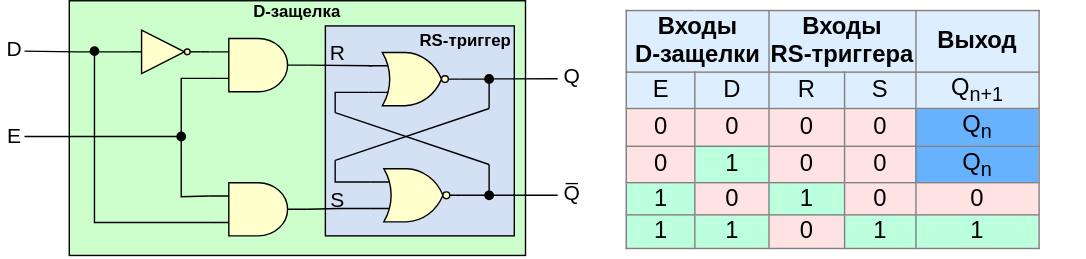
This is .pic/Introduction/Sequential logic/fig_04.drawio.svg from MPSU/APS, a draw.io export, as it was before one commit. Source tidied: cells renumbered, new cells last; positions are measured from the earlier drawing's top-left corner, leaving out a move shared by most shapes.
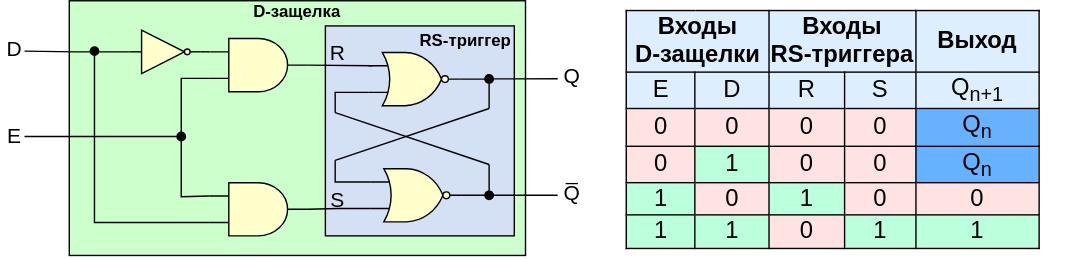
Above is the later version.

Change to the diagram source:
```diff
@@ -136,7 +136,7 @@
     <mxCell id="30" style="edgeStyle=orthogonalEdgeStyle;rounded=0;jettySize=auto;html=1;exitX=1;exitY=0.5;exitDx=0;exitDy=0;exitPerimeter=0;entryX=0;entryY=0.25;entryDx=0;entryDy=0;entryPerimeter=0;endArrow=none;endFill=0;" parent="1" edge="1" source="29" target="26">
       <mxGeometry relative="1" as="geometry" />
     </mxCell>
-    <mxCell id="31" value="&lt;table border=&quot;1&quot; class=&quot;wikitable&quot; style=&quot;text-align: center; font-size: 17px; border: 1px solid rgb(128, 128, 128); border-collapse: collapse; background-color: rgb(255, 227, 227);&quot; id=&quot;mwAjk&quot;&gt;&lt;tbody id=&quot;mwAjs&quot;&gt;&lt;tr style=&quot;background: rgb(221, 238, 255);&quot; id=&quot;mwAjw&quot;&gt;&lt;td colspan=&quot;2&quot; id=&quot;mwAj0&quot; style=&quot;border: 1px solid rgb(128, 128, 128);&quot;&gt;&lt;b&gt;&lt;font style=&quot;font-size: 17px;&quot;&gt;Входы&lt;br&gt;&amp;nbsp;D-защелки&amp;nbsp;&lt;/font&gt;&lt;/b&gt;&lt;/td&gt;&lt;td colspan=&quot;2&quot; id=&quot;mwAj8&quot; style=&quot;border: 1px solid rgb(128, 128, 128);&quot;&gt;&lt;b id=&quot;mwAkA&quot;&gt;&lt;font style=&quot;font-size: 17px;&quot;&gt;Входы&lt;br&gt;RS-триггера&lt;/font&gt;&lt;/b&gt;&lt;/td&gt;&lt;td colspan=&quot;2&quot; style=&quot;border: 1px solid rgb(128, 128, 128);&quot;&gt;&lt;b&gt;&lt;font style=&quot;font-size: 17px;&quot;&gt;&amp;nbsp; &amp;nbsp;Выход&amp;nbsp; &amp;nbsp;&lt;/font&gt;&lt;/b&gt;&lt;/td&gt;&lt;/tr&gt;&lt;tr style=&quot;background: rgb(221, 238, 255);&quot; id=&quot;mwAkE&quot;&gt;&lt;td id=&quot;mwAkI&quot; style=&quot;border: 1px solid rgb(128, 128, 128);&quot;&gt;&lt;font style=&quot;font-size: 17px;&quot;&gt;E&lt;/font&gt;&lt;/td&gt;&lt;td id=&quot;mwAkM&quot; style=&quot;border: 1px solid rgb(128, 128, 128);&quot;&gt;&lt;font style=&quot;font-size: 17px;&quot;&gt;D&lt;/font&gt;&lt;/td&gt;&lt;td id=&quot;mwAkQ&quot; style=&quot;border: 1px solid rgb(128, 128, 128);&quot;&gt;&lt;font style=&quot;font-size: 17px;&quot;&gt;R&lt;/font&gt;&lt;/td&gt;&lt;td id=&quot;mwAkU&quot; style=&quot;border: 1px solid rgb(128, 128, 128);&quot;&gt;&lt;font style=&quot;font-size: 17px;&quot;&gt;S&lt;/font&gt;&lt;/td&gt;&lt;td id=&quot;mwAkY&quot; style=&quot;border: 1px solid rgb(128, 128, 128);&quot;&gt;&lt;font style=&quot;font-size: 17px;&quot;&gt;Q&lt;sub&gt;n+1&lt;/sub&gt;&lt;/font&gt;&lt;/td&gt;&lt;/tr&gt;&lt;tr id=&quot;mwAko&quot;&gt;&lt;td style=&quot;background-color: rgb(255, 227, 227); border: 1px solid rgb(128, 128, 128);&quot; id=&quot;mwAks&quot;&gt;&lt;font style=&quot;font-size: 17px;&quot;&gt;0&lt;/font&gt;&lt;/td&gt;&lt;td style=&quot;background-color: rgb(255, 227, 227); border: 1px solid rgb(128, 128, 128);&quot; id=&quot;mwAkw&quot;&gt;&lt;font style=&quot;font-size: 17px;&quot;&gt;0&lt;/font&gt;&lt;/td&gt;&lt;td style=&quot;background: rgb(255, 227, 227); color: black; vertical-align: middle; text-align: center; border: 1px solid rgb(128, 128, 128);&quot; class=&quot;table-no2&quot; data-mw=&quot;{&amp;quot;parts&amp;quot;:[&amp;quot;|| &amp;quot;,{&amp;quot;template&amp;quot;:{&amp;quot;target&amp;quot;:{&amp;quot;wt&amp;quot;:&amp;quot;no2&amp;quot;,&amp;quot;href&amp;quot;:&amp;quot;./Template:No2&amp;quot;},&amp;quot;params&amp;quot;:{&amp;quot;1&amp;quot;:{&amp;quot;wt&amp;quot;:&amp;quot;0&amp;quot;}},&amp;quot;i&amp;quot;:0}},&amp;quot; &amp;quot;]}&quot; id=&quot;mwASM&quot;&gt;&lt;font style=&quot;font-size: 17px;&quot;&gt;0&lt;/font&gt;&lt;/td&gt;&lt;td style=&quot;background: rgb(255, 227, 227); color: black; vertical-align: middle; text-align: center; border: 1px solid rgb(128, 128, 128);&quot; class=&quot;table-yes2&quot; data-mw=&quot;{&amp;quot;parts&amp;quot;:[&amp;quot;|| &amp;quot;,{&amp;quot;template&amp;quot;:{&amp;quot;target&amp;quot;:{&amp;quot;wt&amp;quot;:&amp;quot;yes2&amp;quot;,&amp;quot;href&amp;quot;:&amp;quot;./Template:Yes2&amp;quot;},&amp;quot;params&amp;quot;:{&amp;quot;1&amp;quot;:{&amp;quot;wt&amp;quot;:&amp;quot;1&amp;quot;}},&amp;quot;i&amp;quot;:0}},&amp;quot; &amp;quot;]}&quot; id=&quot;mwASc&quot;&gt;&lt;font style=&quot;font-size: 17px;&quot;&gt;0&lt;/font&gt;&lt;/td&gt;&lt;td style=&quot;background: rgb(102, 178, 255); color: black; text-align: center; border: 1px solid rgb(128, 128, 128);&quot; class=&quot;table-no2&quot; data-mw=&quot;{&amp;quot;parts&amp;quot;:[&amp;quot;|| &amp;quot;,{&amp;quot;template&amp;quot;:{&amp;quot;target&amp;quot;:{&amp;quot;wt&amp;quot;:&amp;quot;no2&amp;quot;,&amp;quot;href&amp;quot;:&amp;quot;./Template:No2&amp;quot;},&amp;quot;params&amp;quot;:{&amp;quot;1&amp;quot;:{&amp;quot;wt&amp;quot;:&amp;quot;0&amp;quot;}},&amp;quot;i&amp;quot;:0}},&amp;quot; &amp;quot;]}&quot; id=&quot;mwASM&quot;&gt;&lt;span style=&quot;vertical-align: middle;&quot;&gt;Q&lt;/span&gt;&lt;sub&gt;n&lt;/sub&gt;&lt;br&gt;&lt;/td&gt;&lt;/tr&gt;&lt;tr id=&quot;mwAlM&quot;&gt;&lt;td style=&quot;background-color: rgb(255, 227, 227); border: 1px solid rgb(128, 128, 128);&quot; id=&quot;mwAlQ&quot;&gt;&lt;font style=&quot;font-size: 17px;&quot;&gt;0&lt;/font&gt;&lt;/td&gt;&lt;td style=&quot;background-color: rgb(187, 255, 221); border: 1px solid rgb(128, 128, 128);&quot; id=&quot;mwAlU&quot;&gt;&lt;font style=&quot;font-size: 17px;&quot;&gt;1&lt;/font&gt;&lt;/td&gt;&lt;td style=&quot;background: rgb(255, 227, 227); color: black; vertical-align: middle; text-align: center; border: 1px solid rgb(128, 128, 128);&quot; class=&quot;table-no2&quot; data-mw=&quot;{&amp;quot;parts&amp;quot;:[&amp;quot;|| &amp;quot;,{&amp;quot;template&amp;quot;:{&amp;quot;target&amp;quot;:{&amp;quot;wt&amp;quot;:&amp;quot;no2&amp;quot;,&amp;quot;href&amp;quot;:&amp;quot;./Template:No2&amp;quot;},&amp;quot;params&amp;quot;:{&amp;quot;1&amp;quot;:{&amp;quot;wt&amp;quot;:&amp;quot;0&amp;quot;}},&amp;quot;i&amp;quot;:0}},&amp;quot; &amp;quot;]}&quot; id=&quot;mwASM&quot;&gt;&lt;font style=&quot;font-size: 17px;&quot;&gt;0&lt;/font&gt;&lt;/td&gt;&lt;td style=&quot;background: rgb(255, 227, 227); color: black; vertical-align: middle; text-align: center; border: 1px solid rgb(128, 128, 128);&quot; class=&quot;table-yes2&quot; data-mw=&quot;{&amp;quot;parts&amp;quot;:[&amp;quot;|| &amp;quot;,{&amp;quot;template&amp;quot;:{&amp;quot;target&amp;quot;:{&amp;quot;wt&amp;quot;:&amp;quot;yes2&amp;quot;,&amp;quot;href&amp;quot;:&amp;quot;./Template:Yes2&amp;quot;},&amp;quot;params&amp;quot;:{&amp;quot;1&amp;quot;:{&amp;quot;wt&amp;quot;:&amp;quot;1&amp;quot;}},&amp;quot;i&amp;quot;:0}},&amp;quot; &amp;quot;]}&quot; id=&quot;mwASc&quot;&gt;&lt;font style=&quot;font-size: 17px;&quot;&gt;0&lt;/font&gt;&lt;/td&gt;&lt;td style=&quot;background: rgb(102, 178, 255); color: black; text-align: center; border: 1px solid rgb(128, 128, 128);&quot; class=&quot;table-yes2&quot; data-mw=&quot;{&amp;quot;parts&amp;quot;:[&amp;quot;|| &amp;quot;,{&amp;quot;template&amp;quot;:{&amp;quot;target&amp;quot;:{&amp;quot;wt&amp;quot;:&amp;quot;yes2&amp;quot;,&amp;quot;href&amp;quot;:&amp;quot;./Template:Yes2&amp;quot;},&amp;quot;params&amp;quot;:{&amp;quot;1&amp;quot;:{&amp;quot;wt&amp;quot;:&amp;quot;1&amp;quot;}},&amp;quot;i&amp;quot;:0}},&amp;quot; &amp;quot;]}&quot; id=&quot;mwASc&quot;&gt;&lt;font style=&quot;font-size: 17px;&quot;&gt;&lt;span style=&quot;vertical-align: middle;&quot;&gt;Q&lt;/span&gt;&lt;sub&gt;n&lt;/sub&gt;&lt;/font&gt;&lt;/td&gt;&lt;/tr&gt;&lt;tr id=&quot;mwAlw&quot;&gt;&lt;td style=&quot;background-color: rgb(187, 255, 221); border: 1px solid rgb(128, 128, 128);&quot; id=&quot;mwAl0&quot;&gt;&lt;font style=&quot;font-size: 17px;&quot;&gt;1&lt;/font&gt;&lt;/td&gt;&lt;td style=&quot;background-color: rgb(255, 227, 227); border: 1px solid rgb(128, 128, 128);&quot; id=&quot;mwAl4&quot;&gt;&lt;font style=&quot;font-size: 17px;&quot;&gt;0&lt;/font&gt;&lt;/td&gt;&lt;td style=&quot;background: rgb(187, 255, 221); color: black; vertical-align: middle; text-align: center; border: 1px solid rgb(128, 128, 128);&quot; class=&quot;table-no2&quot; data-mw=&quot;{&amp;quot;parts&amp;quot;:[&amp;quot;|| &amp;quot;,{&amp;quot;template&amp;quot;:{&amp;quot;target&amp;quot;:{&amp;quot;wt&amp;quot;:&amp;quot;no2&amp;quot;,&amp;quot;href&amp;quot;:&amp;quot;./Template:No2&amp;quot;},&amp;quot;params&amp;quot;:{&amp;quot;1&amp;quot;:{&amp;quot;wt&amp;quot;:&amp;quot;0&amp;quot;}},&amp;quot;i&amp;quot;:0}},&amp;quot; &amp;quot;]}&quot; id=&quot;mwASM&quot;&gt;&lt;font style=&quot;font-size: 17px;&quot;&gt;1&lt;/font&gt;&lt;/td&gt;&lt;td style=&quot;background: rgb(255, 227, 227); color: black; vertical-align: middle; text-align: center; border: 1px solid rgb(128, 128, 128);&quot; class=&quot;table-yes2&quot; data-mw=&quot;{&amp;quot;parts&amp;quot;:[&amp;quot;|| &amp;quot;,{&amp;quot;template&amp;quot;:{&amp;quot;target&amp;quot;:{&amp;quot;wt&amp;quot;:&amp;quot;yes2&amp;quot;,&amp;quot;href&amp;quot;:&amp;quot;./Template:Yes2&amp;quot;},&amp;quot;params&amp;quot;:{&amp;quot;1&amp;quot;:{&amp;quot;wt&amp;quot;:&amp;quot;1&amp;quot;}},&amp;quot;i&amp;quot;:0}},&amp;quot; &amp;quot;]}&quot; id=&quot;mwASc&quot;&gt;&lt;font style=&quot;font-size: 17px;&quot;&gt;0&lt;/font&gt;&lt;/td&gt;&lt;td style=&quot;background: rgb(255, 227, 227); color: black; vertical-align: middle; text-align: center; border: 1px solid rgb(128, 128, 128);&quot; class=&quot;table-yes2&quot; data-mw=&quot;{&amp;quot;parts&amp;quot;:[&amp;quot;|| &amp;quot;,{&amp;quot;template&amp;quot;:{&amp;quot;target&amp;quot;:{&amp;quot;wt&amp;quot;:&amp;quot;yes2&amp;quot;,&amp;quot;href&amp;quot;:&amp;quot;./Template:Yes2&amp;quot;},&amp;quot;params&amp;quot;:{&amp;quot;1&amp;quot;:{&amp;quot;wt&amp;quot;:&amp;quot;1&amp;quot;}},&amp;quot;i&amp;quot;:0}},&amp;quot; &amp;quot;]}&quot; id=&quot;mwASc&quot;&gt;&lt;font style=&quot;font-size: 17px;&quot;&gt;0&lt;/font&gt;&lt;/td&gt;&lt;/tr&gt;&lt;tr id=&quot;mwAmU&quot;&gt;&lt;td style=&quot;background-color: rgb(187, 255, 221); border: 1px solid rgb(128, 128, 128);&quot; id=&quot;mwAmY&quot;&gt;&lt;font style=&quot;font-size: 17px;&quot;&gt;1&lt;/font&gt;&lt;/td&gt;&lt;td style=&quot;background-color: rgb(187, 255, 221); border: 1px solid rgb(128, 128, 128);&quot; id=&quot;mwAmc&quot;&gt;&lt;font style=&quot;font-size: 17px;&quot;&gt;1&lt;/font&gt;&lt;/td&gt;&lt;td style=&quot;background-image: initial; background-position: initial; background-size: initial; background-repeat: initial; background-attachment: initial; background-origin: initial; background-clip: initial; color: black; vertical-align: middle; text-align: center; border: 1px solid rgb(128, 128, 128);&quot; class=&quot;table-yes2&quot; data-mw=&quot;{&amp;quot;parts&amp;quot;:[&amp;quot;|| &amp;quot;,{&amp;quot;template&amp;quot;:{&amp;quot;target&amp;quot;:{&amp;quot;wt&amp;quot;:&amp;quot;yes2&amp;quot;,&amp;quot;href&amp;quot;:&amp;quot;./Template:Yes2&amp;quot;},&amp;quot;params&amp;quot;:{&amp;quot;1&amp;quot;:{&amp;quot;wt&amp;quot;:&amp;quot;1&amp;quot;}},&amp;quot;i&amp;quot;:0}},&amp;quot; &amp;quot;]}&quot; id=&quot;mwASc&quot;&gt;&lt;span&gt;0&lt;/span&gt;&lt;/td&gt;&lt;td style=&quot;background: rgb(187, 255, 221); color: black; vertical-align: middle; text-align: center; border: 1px solid rgb(128, 128, 128);&quot; class=&quot;table-no2&quot; data-mw=&quot;{&amp;quot;parts&amp;quot;:[&amp;quot;|| &amp;quot;,{&amp;quot;template&amp;quot;:{&amp;quot;target&amp;quot;:{&amp;quot;wt&amp;quot;:&amp;quot;no2&amp;quot;,&amp;quot;href&amp;quot;:&amp;quot;./Template:No2&amp;quot;},&amp;quot;params&amp;quot;:{&amp;quot;1&amp;quot;:{&amp;quot;wt&amp;quot;:&amp;quot;0&amp;quot;}},&amp;quot;i&amp;quot;:0}},&amp;quot; &amp;quot;]}&quot; id=&quot;mwASM&quot;&gt;&lt;font style=&quot;font-size: 17px;&quot;&gt;1&lt;/font&gt;&lt;/td&gt;&lt;td style=&quot;background: rgb(187, 255, 221); color: black; vertical-align: middle; text-align: center; border: 1px solid rgb(128, 128, 128);&quot; class=&quot;table-yes2&quot; data-mw=&quot;{&amp;quot;parts&amp;quot;:[&amp;quot;|| &amp;quot;,{&amp;quot;template&amp;quot;:{&amp;quot;target&amp;quot;:{&amp;quot;wt&amp;quot;:&amp;quot;yes2&amp;quot;,&amp;quot;href&amp;quot;:&amp;quot;./Template:Yes2&amp;quot;},&amp;quot;params&amp;quot;:{&amp;quot;1&amp;quot;:{&amp;quot;wt&amp;quot;:&amp;quot;1&amp;quot;}},&amp;quot;i&amp;quot;:0}},&amp;quot; &amp;quot;]}&quot; id=&quot;mwASc&quot;&gt;&lt;font style=&quot;font-size: 17px;&quot;&gt;1&lt;/font&gt;&lt;/td&gt;&lt;/tr&gt;&lt;/tbody&gt;&lt;/table&gt;" style="text;whiteSpace=wrap;html=1;strokeColor=none;" parent="1" vertex="1">
+    <mxCell id="31" value="&lt;table border=&quot;1&quot; class=&quot;wikitable&quot; style=&quot;text-align: center; font-size: 17px; border: 1px solid rgb(0, 0, 0); border-collapse: collapse; background-color: rgb(255, 227, 227);&quot; id=&quot;mwAjk&quot;&gt;&lt;tbody id=&quot;mwAjs&quot;&gt;&lt;tr style=&quot;background: rgb(221, 238, 255);&quot; id=&quot;mwAjw&quot;&gt;&lt;td colspan=&quot;2&quot; id=&quot;mwAj0&quot; style=&quot;border: 1px solid rgb(0, 0, 0);&quot;&gt;&lt;b&gt;&lt;font style=&quot;font-size: 17px;&quot;&gt;Входы&lt;br&gt;&amp;nbsp;D-защелки&amp;nbsp;&lt;/font&gt;&lt;/b&gt;&lt;/td&gt;&lt;td colspan=&quot;2&quot; id=&quot;mwAj8&quot; style=&quot;border: 1px solid rgb(0, 0, 0);&quot;&gt;&lt;b id=&quot;mwAkA&quot;&gt;&lt;font style=&quot;font-size: 17px;&quot;&gt;Входы&lt;br&gt;RS-триггера&lt;/font&gt;&lt;/b&gt;&lt;/td&gt;&lt;td colspan=&quot;2&quot; style=&quot;border: 1px solid rgb(0, 0, 0);&quot;&gt;&lt;b&gt;&lt;font style=&quot;font-size: 17px;&quot;&gt;&amp;nbsp; &amp;nbsp;Выход&amp;nbsp; &amp;nbsp;&lt;/font&gt;&lt;/b&gt;&lt;/td&gt;&lt;/tr&gt;&lt;tr style=&quot;background: rgb(221, 238, 255);&quot; id=&quot;mwAkE&quot;&gt;&lt;td id=&quot;mwAkI&quot; style=&quot;border: 1px solid rgb(0, 0, 0);&quot;&gt;&lt;font style=&quot;font-size: 17px;&quot;&gt;E&lt;/font&gt;&lt;/td&gt;&lt;td id=&quot;mwAkM&quot; style=&quot;border: 1px solid rgb(0, 0, 0);&quot;&gt;&lt;font style=&quot;font-size: 17px;&quot;&gt;D&lt;/font&gt;&lt;/td&gt;&lt;td id=&quot;mwAkQ&quot; style=&quot;border: 1px solid rgb(0, 0, 0);&quot;&gt;&lt;font style=&quot;font-size: 17px;&quot;&gt;R&lt;/font&gt;&lt;/td&gt;&lt;td id=&quot;mwAkU&quot; style=&quot;border: 1px solid rgb(0, 0, 0);&quot;&gt;&lt;font style=&quot;font-size: 17px;&quot;&gt;S&lt;/font&gt;&lt;/td&gt;&lt;td id=&quot;mwAkY&quot; style=&quot;border: 1px solid rgb(0, 0, 0);&quot;&gt;&lt;font style=&quot;font-size: 17px;&quot;&gt;Q&lt;sub&gt;n+1&lt;/sub&gt;&lt;/font&gt;&lt;/td&gt;&lt;/tr&gt;&lt;tr id=&quot;mwAko&quot;&gt;&lt;td style=&quot;background-color: rgb(255, 227, 227); border: 1px solid rgb(0, 0, 0);&quot; id=&quot;mwAks&quot;&gt;&lt;font style=&quot;font-size: 17px;&quot;&gt;0&lt;/font&gt;&lt;/td&gt;&lt;td style=&quot;background-color: rgb(255, 227, 227); border: 1px solid rgb(0, 0, 0);&quot; id=&quot;mwAkw&quot;&gt;&lt;font style=&quot;font-size: 17px;&quot;&gt;0&lt;/font&gt;&lt;/td&gt;&lt;td style=&quot;background: rgb(255, 227, 227); color: black; vertical-align: middle; text-align: center; border: 1px solid rgb(0, 0, 0);&quot; class=&quot;table-no2&quot; data-mw=&quot;{&amp;quot;parts&amp;quot;:[&amp;quot;|| &amp;quot;,{&amp;quot;template&amp;quot;:{&amp;quot;target&amp;quot;:{&amp;quot;wt&amp;quot;:&amp;quot;no2&amp;quot;,&amp;quot;href&amp;quot;:&amp;quot;./Template:No2&amp;quot;},&amp;quot;params&amp;quot;:{&amp;quot;1&amp;quot;:{&amp;quot;wt&amp;quot;:&amp;quot;0&amp;quot;}},&amp;quot;i&amp;quot;:0}},&amp;quot; &amp;quot;]}&quot; id=&quot;mwASM&quot;&gt;&lt;font style=&quot;font-size: 17px;&quot;&gt;0&lt;/font&gt;&lt;/td&gt;&lt;td style=&quot;background: rgb(255, 227, 227); color: black; vertical-align: middle; text-align: center; border: 1px solid rgb(0, 0, 0);&quot; class=&quot;table-yes2&quot; data-mw=&quot;{&amp;quot;parts&amp;quot;:[&amp;quot;|| &amp;quot;,{&amp;quot;template&amp;quot;:{&amp;quot;target&amp;quot;:{&amp;quot;wt&amp;quot;:&amp;quot;yes2&amp;quot;,&amp;quot;href&amp;quot;:&amp;quot;./Template:Yes2&amp;quot;},&amp;quot;params&amp;quot;:{&amp;quot;1&amp;quot;:{&amp;quot;wt&amp;quot;:&amp;quot;1&amp;quot;}},&amp;quot;i&amp;quot;:0}},&amp;quot; &amp;quot;]}&quot; id=&quot;mwASc&quot;&gt;&lt;font style=&quot;font-size: 17px;&quot;&gt;0&lt;/font&gt;&lt;/td&gt;&lt;td style=&quot;background: rgb(102, 178, 255); color: black; text-align: center; border: 1px solid rgb(0, 0, 0);&quot; class=&quot;table-no2&quot; data-mw=&quot;{&amp;quot;parts&amp;quot;:[&amp;quot;|| &amp;quot;,{&amp;quot;template&amp;quot;:{&amp;quot;target&amp;quot;:{&amp;quot;wt&amp;quot;:&amp;quot;no2&amp;quot;,&amp;quot;href&amp;quot;:&amp;quot;./Template:No2&amp;quot;},&amp;quot;params&amp;quot;:{&amp;quot;1&amp;quot;:{&amp;quot;wt&amp;quot;:&amp;quot;0&amp;quot;}},&amp;quot;i&amp;quot;:0}},&amp;quot; &amp;quot;]}&quot; id=&quot;mwASM&quot;&gt;&lt;span style=&quot;vertical-align: middle;&quot;&gt;Q&lt;/span&gt;&lt;sub&gt;n&lt;/sub&gt;&lt;br&gt;&lt;/td&gt;&lt;/tr&gt;&lt;tr id=&quot;mwAlM&quot;&gt;&lt;td style=&quot;background-color: rgb(255, 227, 227); border: 1px solid rgb(0, 0, 0);&quot; id=&quot;mwAlQ&quot;&gt;&lt;font style=&quot;font-size: 17px;&quot;&gt;0&lt;/font&gt;&lt;/td&gt;&lt;td style=&quot;background-color: rgb(187, 255, 221); border: 1px solid rgb(0, 0, 0);&quot; id=&quot;mwAlU&quot;&gt;&lt;font style=&quot;font-size: 17px;&quot;&gt;1&lt;/font&gt;&lt;/td&gt;&lt;td style=&quot;background: rgb(255, 227, 227); color: black; vertical-align: middle; text-align: center; border: 1px solid rgb(0, 0, 0);&quot; class=&quot;table-no2&quot; data-mw=&quot;{&amp;quot;parts&amp;quot;:[&amp;quot;|| &amp;quot;,{&amp;quot;template&amp;quot;:{&amp;quot;target&amp;quot;:{&amp;quot;wt&amp;quot;:&amp;quot;no2&amp;quot;,&amp;quot;href&amp;quot;:&amp;quot;./Template:No2&amp;quot;},&amp;quot;params&amp;quot;:{&amp;quot;1&amp;quot;:{&amp;quot;wt&amp;quot;:&amp;quot;0&amp;quot;}},&amp;quot;i&amp;quot;:0}},&amp;quot; &amp;quot;]}&quot; id=&quot;mwASM&quot;&gt;&lt;font style=&quot;font-size: 17px;&quot;&gt;0&lt;/font&gt;&lt;/td&gt;&lt;td style=&quot;background: rgb(255, 227, 227); color: black; vertical-align: middle; text-align: center; border: 1px solid rgb(0, 0, 0);&quot; class=&quot;table-yes2&quot; data-mw=&quot;{&amp;quot;parts&amp;quot;:[&amp;quot;|| &amp;quot;,{&amp;quot;template&amp;quot;:{&amp;quot;target&amp;quot;:{&amp;quot;wt&amp;quot;:&amp;quot;yes2&amp;quot;,&amp;quot;href&amp;quot;:&amp;quot;./Template:Yes2&amp;quot;},&amp;quot;params&amp;quot;:{&amp;quot;1&amp;quot;:{&amp;quot;wt&amp;quot;:&amp;quot;1&amp;quot;}},&amp;quot;i&amp;quot;:0}},&amp;quot; &amp;quot;]}&quot; id=&quot;mwASc&quot;&gt;&lt;font style=&quot;font-size: 17px;&quot;&gt;0&lt;/font&gt;&lt;/td&gt;&lt;td style=&quot;background: rgb(102, 178, 255); color: black; text-align: center; border: 1px solid rgb(0, 0, 0);&quot; class=&quot;table-yes2&quot; data-mw=&quot;{&amp;quot;parts&amp;quot;:[&amp;quot;|| &amp;quot;,{&amp;quot;template&amp;quot;:{&amp;quot;target&amp;quot;:{&amp;quot;wt&amp;quot;:&amp;quot;yes2&amp;quot;,&amp;quot;href&amp;quot;:&amp;quot;./Template:Yes2&amp;quot;},&amp;quot;params&amp;quot;:{&amp;quot;1&amp;quot;:{&amp;quot;wt&amp;quot;:&amp;quot;1&amp;quot;}},&amp;quot;i&amp;quot;:0}},&amp;quot; &amp;quot;]}&quot; id=&quot;mwASc&quot;&gt;&lt;font style=&quot;font-size: 17px;&quot;&gt;&lt;span style=&quot;vertical-align: middle;&quot;&gt;Q&lt;/span&gt;&lt;sub&gt;n&lt;/sub&gt;&lt;/font&gt;&lt;/td&gt;&lt;/tr&gt;&lt;tr id=&quot;mwAlw&quot;&gt;&lt;td style=&quot;background-color: rgb(187, 255, 221); border: 1px solid rgb(0, 0, 0);&quot; id=&quot;mwAl0&quot;&gt;&lt;font style=&quot;font-size: 17px;&quot;&gt;1&lt;/font&gt;&lt;/td&gt;&lt;td style=&quot;background-color: rgb(255, 227, 227); border: 1px solid rgb(0, 0, 0);&quot; id=&quot;mwAl4&quot;&gt;&lt;font style=&quot;font-size: 17px;&quot;&gt;0&lt;/font&gt;&lt;/td&gt;&lt;td style=&quot;background: rgb(187, 255, 221); color: black; vertical-align: middle; text-align: center; border: 1px solid rgb(0, 0, 0);&quot; class=&quot;table-no2&quot; data-mw=&quot;{&amp;quot;parts&amp;quot;:[&amp;quot;|| &amp;quot;,{&amp;quot;template&amp;quot;:{&amp;quot;target&amp;quot;:{&amp;quot;wt&amp;quot;:&amp;quot;no2&amp;quot;,&amp;quot;href&amp;quot;:&amp;quot;./Template:No2&amp;quot;},&amp;quot;params&amp;quot;:{&amp;quot;1&amp;quot;:{&amp;quot;wt&amp;quot;:&amp;quot;0&amp;quot;}},&amp;quot;i&amp;quot;:0}},&amp;quot; &amp;quot;]}&quot; id=&quot;mwASM&quot;&gt;&lt;font style=&quot;font-size: 17px;&quot;&gt;1&lt;/font&gt;&lt;/td&gt;&lt;td style=&quot;background: rgb(255, 227, 227); color: black; vertical-align: middle; text-align: center; border: 1px solid rgb(0, 0, 0);&quot; class=&quot;table-yes2&quot; data-mw=&quot;{&amp;quot;parts&amp;quot;:[&amp;quot;|| &amp;quot;,{&amp;quot;template&amp;quot;:{&amp;quot;target&amp;quot;:{&amp;quot;wt&amp;quot;:&amp;quot;yes2&amp;quot;,&amp;quot;href&amp;quot;:&amp;quot;./Template:Yes2&amp;quot;},&amp;quot;params&amp;quot;:{&amp;quot;1&amp;quot;:{&amp;quot;wt&amp;quot;:&amp;quot;1&amp;quot;}},&amp;quot;i&amp;quot;:0}},&amp;quot; &amp;quot;]}&quot; id=&quot;mwASc&quot;&gt;&lt;font style=&quot;font-size: 17px;&quot;&gt;0&lt;/font&gt;&lt;/td&gt;&lt;td style=&quot;background: rgb(255, 227, 227); color: black; vertical-align: middle; text-align: center; border: 1px solid rgb(0, 0, 0);&quot; class=&quot;table-yes2&quot; data-mw=&quot;{&amp;quot;parts&amp;quot;:[&amp;quot;|| &amp;quot;,{&amp;quot;template&amp;quot;:{&amp;quot;target&amp;quot;:{&amp;quot;wt&amp;quot;:&amp;quot;yes2&amp;quot;,&amp;quot;href&amp;quot;:&amp;quot;./Template:Yes2&amp;quot;},&amp;quot;params&amp;quot;:{&amp;quot;1&amp;quot;:{&amp;quot;wt&amp;quot;:&amp;quot;1&amp;quot;}},&amp;quot;i&amp;quot;:0}},&amp;quot; &amp;quot;]}&quot; id=&quot;mwASc&quot;&gt;&lt;font style=&quot;font-size: 17px;&quot;&gt;0&lt;/font&gt;&lt;/td&gt;&lt;/tr&gt;&lt;tr id=&quot;mwAmU&quot;&gt;&lt;td style=&quot;background-color: rgb(187, 255, 221); border: 1px solid rgb(0, 0, 0);&quot; id=&quot;mwAmY&quot;&gt;&lt;font style=&quot;font-size: 17px;&quot;&gt;1&lt;/font&gt;&lt;/td&gt;&lt;td style=&quot;background-color: rgb(187, 255, 221); border: 1px solid rgb(0, 0, 0);&quot; id=&quot;mwAmc&quot;&gt;&lt;font style=&quot;font-size: 17px;&quot;&gt;1&lt;/font&gt;&lt;/td&gt;&lt;td style=&quot;background-image: initial; background-position: initial; background-size: initial; background-repeat: initial; background-attachment: initial; background-origin: initial; background-clip: initial; color: black; vertical-align: middle; text-align: center; border: 1px solid rgb(0, 0, 0);&quot; class=&quot;table-yes2&quot; data-mw=&quot;{&amp;quot;parts&amp;quot;:[&amp;quot;|| &amp;quot;,{&amp;quot;template&amp;quot;:{&amp;quot;target&amp;quot;:{&amp;quot;wt&amp;quot;:&amp;quot;yes2&amp;quot;,&amp;quot;href&amp;quot;:&amp;quot;./Template:Yes2&amp;quot;},&amp;quot;params&amp;quot;:{&amp;quot;1&amp;quot;:{&amp;quot;wt&amp;quot;:&amp;quot;1&amp;quot;}},&amp;quot;i&amp;quot;:0}},&amp;quot; &amp;quot;]}&quot; id=&quot;mwASc&quot;&gt;&lt;span&gt;0&lt;/span&gt;&lt;/td&gt;&lt;td style=&quot;background: rgb(187, 255, 221); color: black; vertical-align: middle; text-align: center; border: 1px solid rgb(0, 0, 0);&quot; class=&quot;table-no2&quot; data-mw=&quot;{&amp;quot;parts&amp;quot;:[&amp;quot;|| &amp;quot;,{&amp;quot;template&amp;quot;:{&amp;quot;target&amp;quot;:{&amp;quot;wt&amp;quot;:&amp;quot;no2&amp;quot;,&amp;quot;href&amp;quot;:&amp;quot;./Template:No2&amp;quot;},&amp;quot;params&amp;quot;:{&amp;quot;1&amp;quot;:{&amp;quot;wt&amp;quot;:&amp;quot;0&amp;quot;}},&amp;quot;i&amp;quot;:0}},&amp;quot; &amp;quot;]}&quot; id=&quot;mwASM&quot;&gt;&lt;font style=&quot;font-size: 17px;&quot;&gt;1&lt;/font&gt;&lt;/td&gt;&lt;td style=&quot;background: rgb(187, 255, 221); color: black; vertical-align: middle; text-align: center; border: 1px solid rgb(0, 0, 0);&quot; class=&quot;table-yes2&quot; data-mw=&quot;{&amp;quot;parts&amp;quot;:[&amp;quot;|| &amp;quot;,{&amp;quot;template&amp;quot;:{&amp;quot;target&amp;quot;:{&amp;quot;wt&amp;quot;:&amp;quot;yes2&amp;quot;,&amp;quot;href&amp;quot;:&amp;quot;./Template:Yes2&amp;quot;},&amp;quot;params&amp;quot;:{&amp;quot;1&amp;quot;:{&amp;quot;wt&amp;quot;:&amp;quot;1&amp;quot;}},&amp;quot;i&amp;quot;:0}},&amp;quot; &amp;quot;]}&quot; id=&quot;mwASc&quot;&gt;&lt;font style=&quot;font-size: 17px;&quot;&gt;1&lt;/font&gt;&lt;/td&gt;&lt;/tr&gt;&lt;/tbody&gt;&lt;/table&gt;" style="text;whiteSpace=wrap;html=1;strokeColor=none;" parent="1" vertex="1">
       <mxGeometry x="445" width="331" height="184" as="geometry" />
     </mxCell>
   </root>
```
